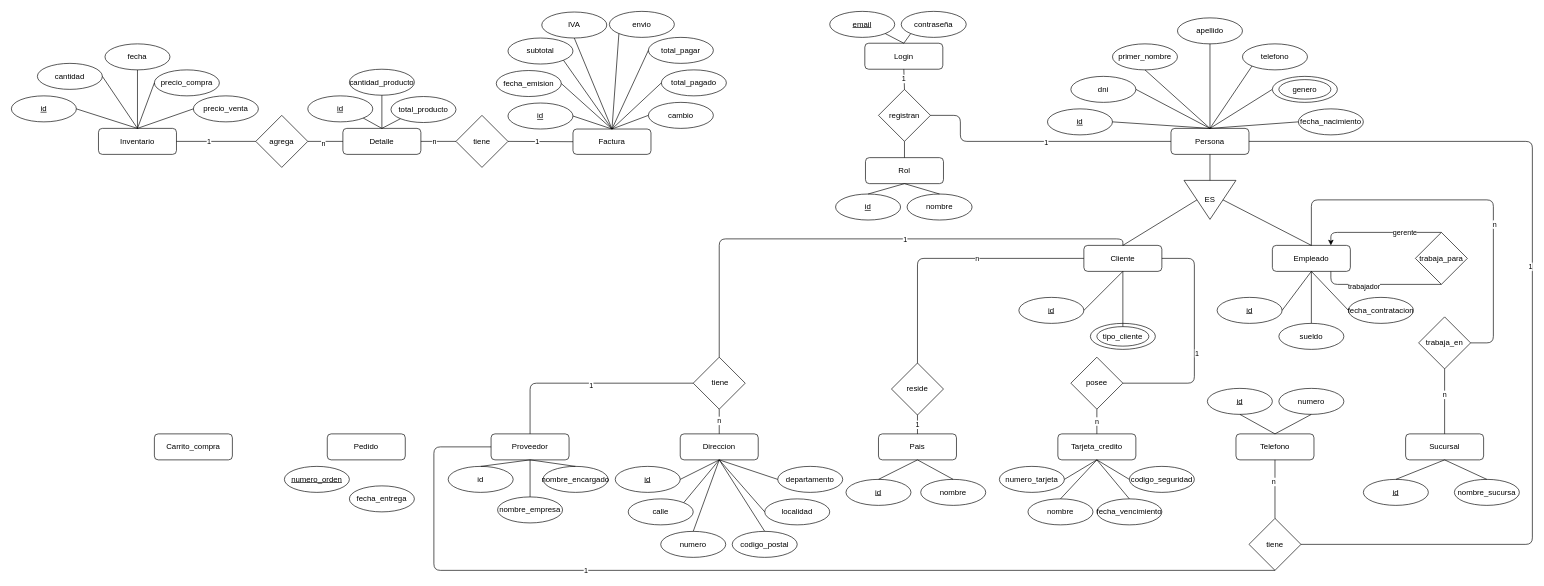
Above: page "Cliente - Empleado" (2 of 4) of ecommerce.drawio in lowenmensch-tz/ecommerce-is702 (draw.io), before the change. Source tidied: cells renumbered, new cells numbered last; positions are measured from the earlier drawing's top-left corner, leaving out a move shared by most shapes. Both pictures are drawn from the tidied source at 65%, with x=0, y=0 at pixel (11, 11).
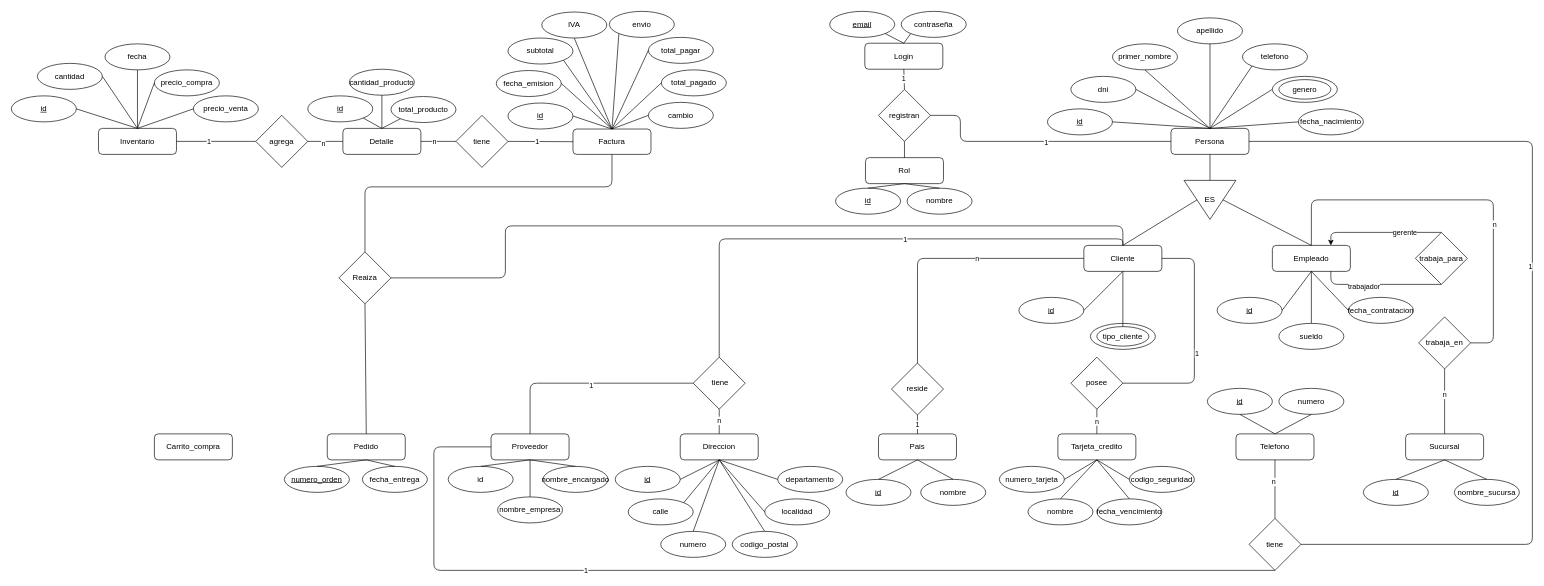
After the change.

Unchanged cells that the change refers to:
```xml
<mxCell id="18" value="Cliente" style="rounded=1;whiteSpace=wrap;html=1;fontSize=12;glass=0;strokeWidth=1;shadow=0;" parent="1" vertex="1">
  <mxGeometry x="1650" y="360" width="120" height="40" as="geometry" />
</mxCell>
<mxCell id="107" value="Factura" style="rounded=1;whiteSpace=wrap;html=1;fontSize=12;glass=0;strokeWidth=1;shadow=0;" parent="1" vertex="1">
  <mxGeometry x="864" y="181" width="120" height="39" as="geometry" />
</mxCell>
<mxCell id="155" value="Pedido" style="rounded=1;whiteSpace=wrap;html=1;fontSize=12;glass=0;strokeWidth=1;shadow=0;" parent="1" vertex="1">
  <mxGeometry x="486" y="650" width="120" height="40" as="geometry" />
</mxCell>
<mxCell id="156" value="&lt;u&gt;numero_orden&lt;/u&gt;" style="ellipse;whiteSpace=wrap;html=1;align=center;newEdgeStyle={&quot;edgeStyle&quot;:&quot;entityRelationEdgeStyle&quot;,&quot;startArrow&quot;:&quot;none&quot;,&quot;endArrow&quot;:&quot;none&quot;,&quot;segment&quot;:10,&quot;curved&quot;:1};" parent="1" vertex="1">
  <mxGeometry x="420" y="700" width="100" height="40" as="geometry" />
</mxCell>
```

What changed in the source:
```diff
@@
     <mxCell id="157" value="fecha_entrega" style="ellipse;whiteSpace=wrap;html=1;align=center;newEdgeStyle={&quot;edgeStyle&quot;:&quot;entityRelationEdgeStyle&quot;,&quot;startArrow&quot;:&quot;none&quot;,&quot;endArrow&quot;:&quot;none&quot;,&quot;segment&quot;:10,&quot;curved&quot;:1};" parent="1" vertex="1">
-      <mxGeometry x="520" y="730" width="100" height="40" as="geometry" />
+      <mxGeometry x="540" y="700" width="100" height="40" as="geometry" />
     </mxCell>
@@
     <mxCell id="171" value="&lt;u&gt;id&lt;/u&gt;" style="ellipse;whiteSpace=wrap;html=1;align=center;newEdgeStyle={&quot;edgeStyle&quot;:&quot;entityRelationEdgeStyle&quot;,&quot;startArrow&quot;:&quot;none&quot;,&quot;endArrow&quot;:&quot;none&quot;,&quot;segment&quot;:10,&quot;curved&quot;:1};" parent="1" vertex="1">
-      <mxGeometry x="1268" y="281" width="100" height="40" as="geometry" />
+      <mxGeometry x="1268" y="272" width="100" height="40" as="geometry" />
     </mxCell>
     <mxCell id="172" value="nombre" style="ellipse;whiteSpace=wrap;html=1;align=center;newEdgeStyle={&quot;edgeStyle&quot;:&quot;entityRelationEdgeStyle&quot;,&quot;startArrow&quot;:&quot;none&quot;,&quot;endArrow&quot;:&quot;none&quot;,&quot;segment&quot;:10,&quot;curved&quot;:1};" parent="1" vertex="1">
-      <mxGeometry x="1378" y="281" width="100" height="40" as="geometry" />
+      <mxGeometry x="1378" y="272" width="100" height="40" as="geometry" />
     </mxCell>
@@
+    <mxCell id="176" value="Reaiza" style="rhombus;whiteSpace=wrap;html=1;" parent="1" vertex="1">
+      <mxGeometry x="504" y="370" width="80" height="80" as="geometry" />
+    </mxCell>
+    <mxCell id="177" style="endArrow=none;html=1;entryX=0.5;entryY=0;entryDx=0;entryDy=0;exitX=1;exitY=0.5;exitDx=0;exitDy=0;" parent="1" edge="1" source="176" target="18">
+      <mxGeometry relative="1" as="geometry">
+        <Array as="points">
+          <mxPoint x="760" y="410" />
+          <mxPoint x="760" y="330" />
+          <mxPoint x="1710" y="330" />
+        </Array>
+      </mxGeometry>
+    </mxCell>
+    <mxCell id="178" style="endArrow=none;html=1;entryX=0.5;entryY=1;entryDx=0;entryDy=0;exitX=0.5;exitY=0;exitDx=0;exitDy=0;" parent="1" edge="1" source="176" target="107">
+      <mxGeometry relative="1" as="geometry">
+        <Array as="points">
+          <mxPoint x="544" y="270" />
+          <mxPoint x="924" y="270" />
+        </Array>
+      </mxGeometry>
+    </mxCell>
+    <mxCell id="179" style="endArrow=none;html=1;exitX=0.5;exitY=1;exitDx=0;exitDy=0;entryX=0.5;entryY=0;entryDx=0;entryDy=0;" parent="1" edge="1" source="176" target="155">
+      <mxGeometry relative="1" as="geometry" />
+    </mxCell>
+    <mxCell id="180" style="endArrow=none;html=1;exitX=0.5;exitY=1;exitDx=0;exitDy=0;entryX=0.5;entryY=0;entryDx=0;entryDy=0;" parent="1" edge="1" source="155" target="157">
+      <mxGeometry relative="1" as="geometry" />
+    </mxCell>
+    <mxCell id="181" style="endArrow=none;html=1;entryX=0.5;entryY=1;entryDx=0;entryDy=0;exitX=0.5;exitY=0;exitDx=0;exitDy=0;" parent="1" edge="1" source="156" target="155">
+      <mxGeometry relative="1" as="geometry" />
+    </mxCell>
```
